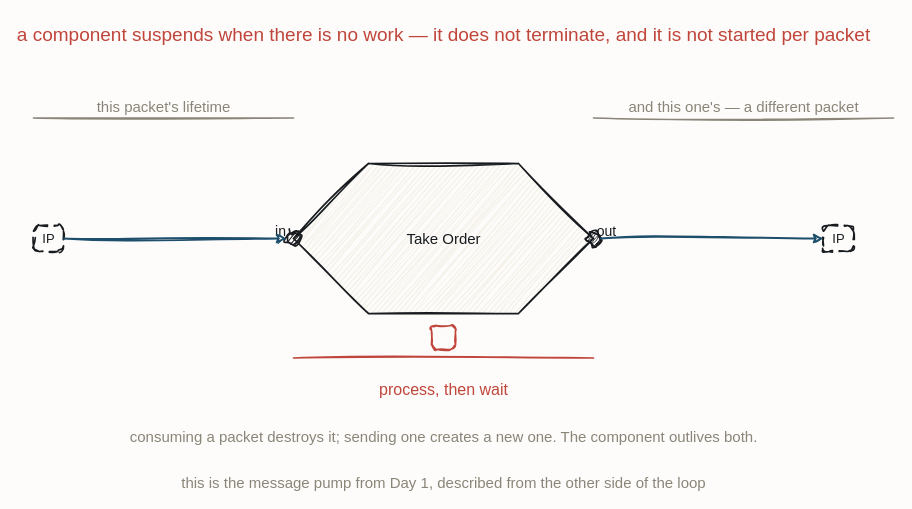
Before: resources/flow-fbp-lifetime.drawio in iancooper/practical-messaging, a draw.io diagram. Source tidied: cells renumbered, new cells numbered last; positions are measured from the earlier drawing's top-left corner, leaving out a move shared by most shapes. Both pictures are drawn from the tidied source at 100%, with x=0, y=0 at pixel (33, 17).
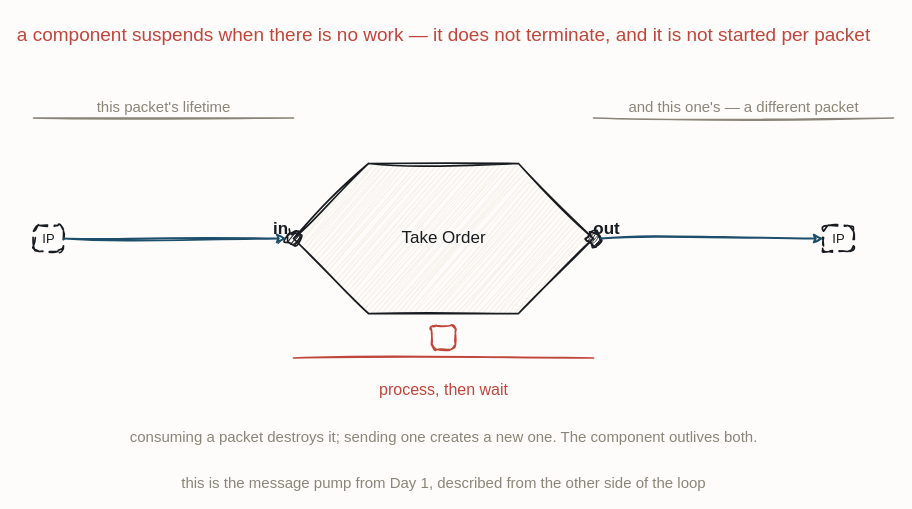
After the change.

Change to the diagram source:
```diff
@@
-    <mxCell id="3" value="Take Order" style="sketch=1;hachureGap=4;jiggle=2;curveFitting=1;fontFamily=Caveat;html=1;shape=hexagon;perimeter=hexagonPerimeter2;strokeColor=#181B1F;strokeWidth=1.7;fillColor=#F3EFE6;fontColor=#181B1F;fontSize=15;" parent="1" vertex="1">
+    <mxCell id="3" value="Take Order" style="sketch=1;hachureGap=4;jiggle=2;curveFitting=1;fontFamily=Caveat;html=1;shape=hexagon;perimeter=hexagonPerimeter2;strokeColor=#181B1F;strokeWidth=1.7;fillColor=#F3EFE6;fontColor=#181B1F;fontSize=17;" parent="1" vertex="1">
       <mxGeometry x="260" y="146" width="300" height="150" as="geometry" />
     </mxCell>
@@
-    <mxCell id="5" value="in" style="text;html=1;align=center;fontFamily=Caveat;fontSize=14;fontColor=#181B1F;" parent="1" vertex="1">
-      <mxGeometry x="187" y="199" width="120" height="20" as="geometry" />
+    <mxCell id="5" value="in" style="text;html=1;align=center;fontFamily=Caveat;fontSize=17;fontColor=#181B1F;fontStyle=1;" parent="1" vertex="1">
+      <mxGeometry x="187" y="195" width="120" height="20" as="geometry" />
     </mxCell>
@@
-    <mxCell id="7" value="out" style="text;html=1;align=center;fontFamily=Caveat;fontSize=14;fontColor=#181B1F;" parent="1" vertex="1">
-      <mxGeometry x="513" y="199" width="120" height="20" as="geometry" />
+    <mxCell id="7" value="out" style="text;html=1;align=center;fontFamily=Caveat;fontSize=17;fontColor=#181B1F;fontStyle=1;" parent="1" vertex="1">
+      <mxGeometry x="513" y="195" width="120" height="20" as="geometry" />
     </mxCell>
```
